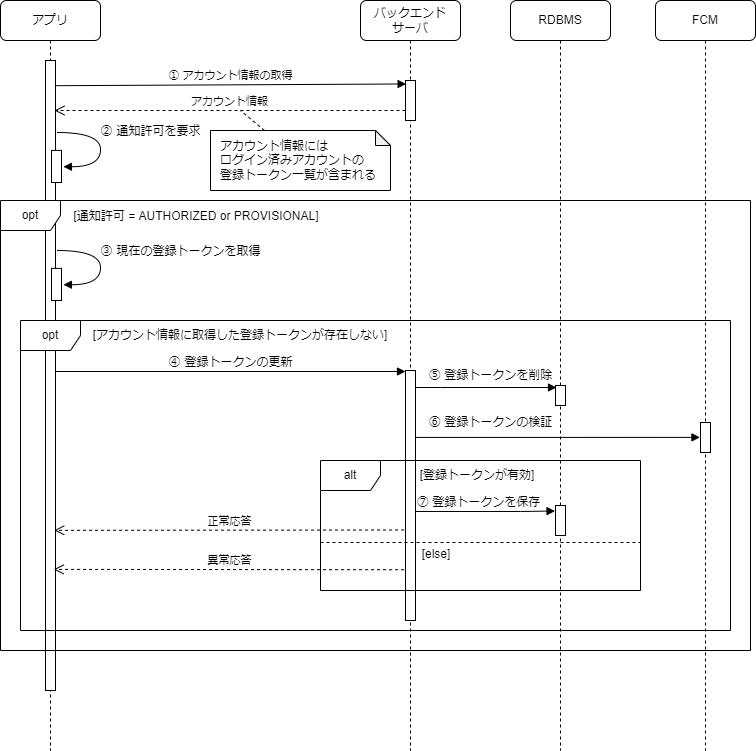
The draw.io diagram website/docs/react-native/santoku/application-architecture/push-notification/register-token.drawio.png in ws-4020/mobile-app-crib-notes, before a commit. Source tidied: cells renumbered, new cells last; positions are measured from the earlier drawing's top-left corner, leaving out a move shared by most shapes.
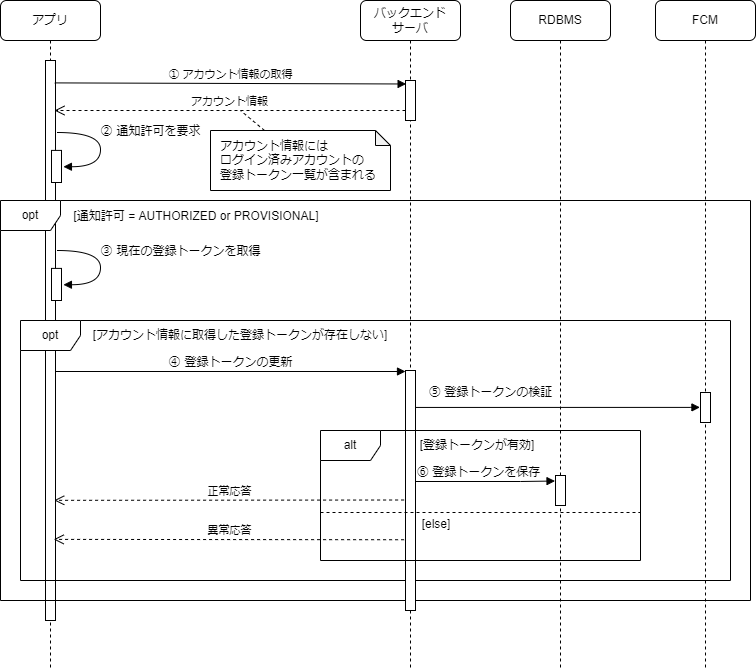
The same diagram one commit later.

Commit message:
実装の詳細に寄っているため、登録トークンの削除を「削除」

What changed in the source:
```diff
@@ -3,10 +3,10 @@
     <mxCell id="0" />
     <mxCell id="1" parent="0" />
     <mxCell id="2" value="アプリ" style="shape=umlLifeline;perimeter=lifelinePerimeter;whiteSpace=wrap;html=1;rounded=1;shadow=0;comic=0;labelBackgroundColor=none;strokeWidth=1;fontFamily=Verdana;fontSize=12;align=center;" parent="1" vertex="1">
-      <mxGeometry width="100" height="750" as="geometry" />
+      <mxGeometry width="100" height="670" as="geometry" />
     </mxCell>
     <mxCell id="3" style="html=1;points=[];perimeter=orthogonalPerimeter;rounded=0;shadow=0;comic=0;labelBackgroundColor=none;strokeWidth=1;fontFamily=Verdana;fontSize=12;align=center;" parent="2" vertex="1">
-      <mxGeometry x="45" y="60" width="10" height="630" as="geometry" />
+      <mxGeometry x="45" y="60" width="10" height="560" as="geometry" />
     </mxCell>
     <mxCell id="4" style="html=1;points=[];perimeter=orthogonalPerimeter;rounded=0;shadow=0;comic=0;labelBackgroundColor=none;strokeWidth=1;fontFamily=Verdana;fontSize=12;align=center;" parent="2" vertex="1">
       <mxGeometry x="51" y="149.9" width="10" height="32.1" as="geometry" />
@@ -21,22 +21,22 @@
       </mxGeometry>
     </mxCell>
     <mxCell id="6" value="opt" style="shape=umlFrame;whiteSpace=wrap;html=1;" parent="1" vertex="1">
-      <mxGeometry x="20" y="320" width="710" height="310" as="geometry" />
+      <mxGeometry x="20" y="320" width="710" height="260" as="geometry" />
     </mxCell>
     <mxCell id="7" value="opt" style="shape=umlFrame;whiteSpace=wrap;html=1;" parent="1" vertex="1">
-      <mxGeometry y="200" width="750" height="450" as="geometry" />
+      <mxGeometry y="200" width="750" height="400" as="geometry" />
     </mxCell>
     <mxCell id="8" value="バックエンド&lt;br&gt;サーバ" style="shape=umlLifeline;perimeter=lifelinePerimeter;whiteSpace=wrap;html=1;rounded=1;shadow=0;comic=0;labelBackgroundColor=none;strokeWidth=1;fontFamily=Verdana;fontSize=12;align=center;" parent="1" vertex="1">
-      <mxGeometry x="360" width="100" height="750" as="geometry" />
+      <mxGeometry x="360" width="100" height="670" as="geometry" />
     </mxCell>
     <mxCell id="9" style="html=1;points=[];perimeter=orthogonalPerimeter;rounded=0;shadow=0;comic=0;labelBackgroundColor=none;strokeWidth=1;fontFamily=Verdana;fontSize=12;align=center;" parent="8" vertex="1">
-      <mxGeometry x="45" y="370" width="10" height="250" as="geometry" />
+      <mxGeometry x="45" y="370" width="10" height="240" as="geometry" />
     </mxCell>
     <mxCell id="10" style="html=1;points=[];perimeter=orthogonalPerimeter;" parent="8" vertex="1">
       <mxGeometry x="45" y="80" width="10" height="40" as="geometry" />
     </mxCell>
     <mxCell id="11" value="alt" style="shape=umlFrame;whiteSpace=wrap;html=1;" parent="1" vertex="1">
-      <mxGeometry x="320" y="460" width="320" height="130" as="geometry" />
+      <mxGeometry x="320" y="430" width="320" height="130" as="geometry" />
     </mxCell>
     <mxCell id="12" value="④ 登録トークンの更新" style="html=1;verticalAlign=bottom;endArrow=block;entryX=0;entryY=0;labelBackgroundColor=none;fontFamily=Verdana;fontSize=12;edgeStyle=elbowEdgeStyle;elbow=vertical;" parent="1" edge="1">
       <mxGeometry relative="1" as="geometry">
@@ -79,66 +79,55 @@
     <mxCell id="20" value="アカウント情報には&lt;br style=&quot;font-size: 12px;&quot;&gt;ログイン済みアカウントの&lt;br style=&quot;font-size: 12px;&quot;&gt;登録トークン一覧が含まれる" style="shape=note;whiteSpace=wrap;html=1;backgroundOutline=1;darkOpacity=0.05;fontSize=12;size=15;align=left;spacingTop=0;spacingLeft=8;" parent="1" vertex="1">
       <mxGeometry x="210" y="130" width="180" height="60" as="geometry" />
     </mxCell>
-    <mxCell id="21" value="⑥ 登録トークンの検証" style="edgeStyle=orthogonalEdgeStyle;rounded=0;jettySize=auto;html=1;endArrow=block;endFill=1;fontSize=12;entryX=-0.056;entryY=0.495;entryDx=0;entryDy=0;entryPerimeter=0;" parent="1" edge="1" target="26">
+    <mxCell id="21" value="⑤ 登録トークンの検証" style="edgeStyle=orthogonalEdgeStyle;rounded=0;jettySize=auto;html=1;endArrow=block;endFill=1;fontSize=12;entryX=-0.056;entryY=0.495;entryDx=0;entryDy=0;entryPerimeter=0;" parent="1" edge="1" target="26">
       <mxGeometry x="-0.47" y="15" relative="1" as="geometry">
-        <mxPoint x="415" y="436.9" as="sourcePoint" />
+        <mxPoint x="415" y="406.9" as="sourcePoint" />
         <Array as="points">
-          <mxPoint x="690" y="437" />
+          <mxPoint x="690" y="407" />
         </Array>
       </mxGeometry>
     </mxCell>
     <mxCell id="22" value="[登録トークンが有効]" style="text;html=1;strokeColor=none;fillColor=none;align=center;verticalAlign=middle;whiteSpace=wrap;rounded=0;" parent="1" vertex="1">
-      <mxGeometry x="412" y="460" width="130" height="30" as="geometry" />
+      <mxGeometry x="412" y="430" width="130" height="30" as="geometry" />
     </mxCell>
-    <mxCell id="23" value="⑦ 登録トークンを保存" style="edgeStyle=orthogonalEdgeStyle;rounded=0;jettySize=auto;html=1;fontSize=12;endArrow=block;endFill=1;entryX=-0.047;entryY=0.184;entryDx=0;entryDy=0;entryPerimeter=0;" parent="1" edge="1" target="28">
+    <mxCell id="23" value="⑥ 登録トークンを保存" style="edgeStyle=orthogonalEdgeStyle;rounded=0;jettySize=auto;html=1;fontSize=12;endArrow=block;endFill=1;entryX=-0.047;entryY=0.184;entryDx=0;entryDy=0;entryPerimeter=0;" parent="1" edge="1" target="28">
       <mxGeometry x="-0.07" y="9" relative="1" as="geometry">
-        <mxPoint x="415" y="508" as="sourcePoint" />
+        <mxPoint x="415" y="478" as="sourcePoint" />
         <Array as="points">
-          <mxPoint x="415" y="511" />
-          <mxPoint x="520" y="511" />
+          <mxPoint x="415" y="481" />
+          <mxPoint x="520" y="481" />
         </Array>
       </mxGeometry>
     </mxCell>
-    <mxCell id="24" value="⑤ 登録トークンを削除" style="edgeStyle=orthogonalEdgeStyle;rounded=0;orthogonalLoop=1;jettySize=auto;html=1;fontSize=12;endArrow=block;endFill=1;" parent="1" edge="1">
-      <mxGeometry x="0.06" y="12" relative="1" as="geometry">
-        <mxPoint x="415" y="387" as="sourcePoint" />
-        <mxPoint x="556" y="387" as="targetPoint" />
-        <Array as="points">
-          <mxPoint x="440" y="387" />
-          <mxPoint x="440" y="387" />
-        </Array>
-      </mxGeometry>
-    </mxCell>
     <mxCell id="25" value="FCM" style="shape=umlLifeline;perimeter=lifelinePerimeter;whiteSpace=wrap;html=1;rounded=1;" parent="1" vertex="1">
-      <mxGeometry x="655" width="100" height="750" as="geometry" />
+      <mxGeometry x="655" width="100" height="670" as="geometry" />
     </mxCell>
     <mxCell id="26" style="html=1;points=[];perimeter=orthogonalPerimeter;rounded=0;" parent="25" vertex="1">
-      <mxGeometry x="45" y="422" width="10" height="30" as="geometry" />
+      <mxGeometry x="45" y="392" width="10" height="30" as="geometry" />
     </mxCell>
     <mxCell id="27" value="RDBMS" style="shape=umlLifeline;perimeter=lifelinePerimeter;whiteSpace=wrap;html=1;rounded=1;" parent="1" vertex="1">
-      <mxGeometry x="510" width="100" height="750" as="geometry" />
+      <mxGeometry x="510" width="100" height="670" as="geometry" />
     </mxCell>
     <mxCell id="28" style="html=1;points=[];perimeter=orthogonalPerimeter;rounded=0;" parent="27" vertex="1">
-      <mxGeometry x="45" y="505" width="10" height="30" as="geometry" />
+      <mxGeometry x="45" y="475" width="10" height="30" as="geometry" />
     </mxCell>
-    <mxCell id="29" style="html=1;perimeter=orthogonalPerimeter;rounded=0;fontSize=12;" parent="1" vertex="1">
-      <mxGeometry x="555" y="385" width="10" height="20" as="geometry" />
-    </mxCell>
     <mxCell id="30" style="line;strokeWidth=1;fillColor=none;align=left;verticalAlign=middle;spacingTop=-1;spacingLeft=3;spacingRight=3;labelPosition=right;dashed=1;" parent="1" vertex="1">
-      <mxGeometry x="320" y="538" width="320" height="8" as="geometry" />
+      <mxGeometry x="320" y="508" width="320" height="8" as="geometry" />
     </mxCell>
-    <mxCell id="31" value="正常応答" style="html=1;verticalAlign=bottom;endArrow=open;dashed=1;endSize=8;rounded=0;exitX=-0.141;exitY=0.638;exitDx=0;exitDy=0;exitPerimeter=0;entryX=0.873;entryY=0.841;entryDx=0;entryDy=0;entryPerimeter=0;" parent="1" edge="1" source="9">
+    <mxCell id="31" value="正常応答" style="html=1;verticalAlign=bottom;endArrow=open;dashed=1;endSize=8;rounded=0;exitX=-0.141;exitY=0.638;exitDx=0;exitDy=0;exitPerimeter=0;entryX=0.873;entryY=0.841;entryDx=0;entryDy=0;entryPerimeter=0;" parent="1" edge="1">
       <mxGeometry relative="1" as="geometry">
-        <mxPoint x="53.7" y="529.8" as="targetPoint" />
+        <mxPoint x="403.6" y="499.5" as="sourcePoint" />
+        <mxPoint x="53.7" y="499.8" as="targetPoint" />
       </mxGeometry>
     </mxCell>
-    <mxCell id="32" value="異常応答" style="html=1;verticalAlign=bottom;endArrow=open;dashed=1;endSize=8;exitX=-0.141;exitY=0.797;rounded=0;exitDx=0;exitDy=0;exitPerimeter=0;entryX=0.82;entryY=0.903;entryDx=0;entryDy=0;entryPerimeter=0;" parent="1" edge="1" source="9">
+    <mxCell id="32" value="異常応答" style="html=1;verticalAlign=bottom;endArrow=open;dashed=1;endSize=8;exitX=-0.141;exitY=0.797;rounded=0;exitDx=0;exitDy=0;exitPerimeter=0;entryX=0.82;entryY=0.903;entryDx=0;entryDy=0;entryPerimeter=0;" parent="1" edge="1">
       <mxGeometry relative="1" as="geometry">
-        <mxPoint x="53.2" y="568.9" as="targetPoint" />
+        <mxPoint x="403.6" y="539.2" as="sourcePoint" />
+        <mxPoint x="53.2" y="538.9" as="targetPoint" />
       </mxGeometry>
     </mxCell>
     <mxCell id="33" value="[else]" style="text;html=1;strokeColor=none;fillColor=none;align=center;verticalAlign=middle;whiteSpace=wrap;rounded=0;" parent="1" vertex="1">
-      <mxGeometry x="412" y="539" width="48" height="30" as="geometry" />
+      <mxGeometry x="412" y="509" width="48" height="30" as="geometry" />
     </mxCell>
   </root>
 </mxGraphModel>
```
